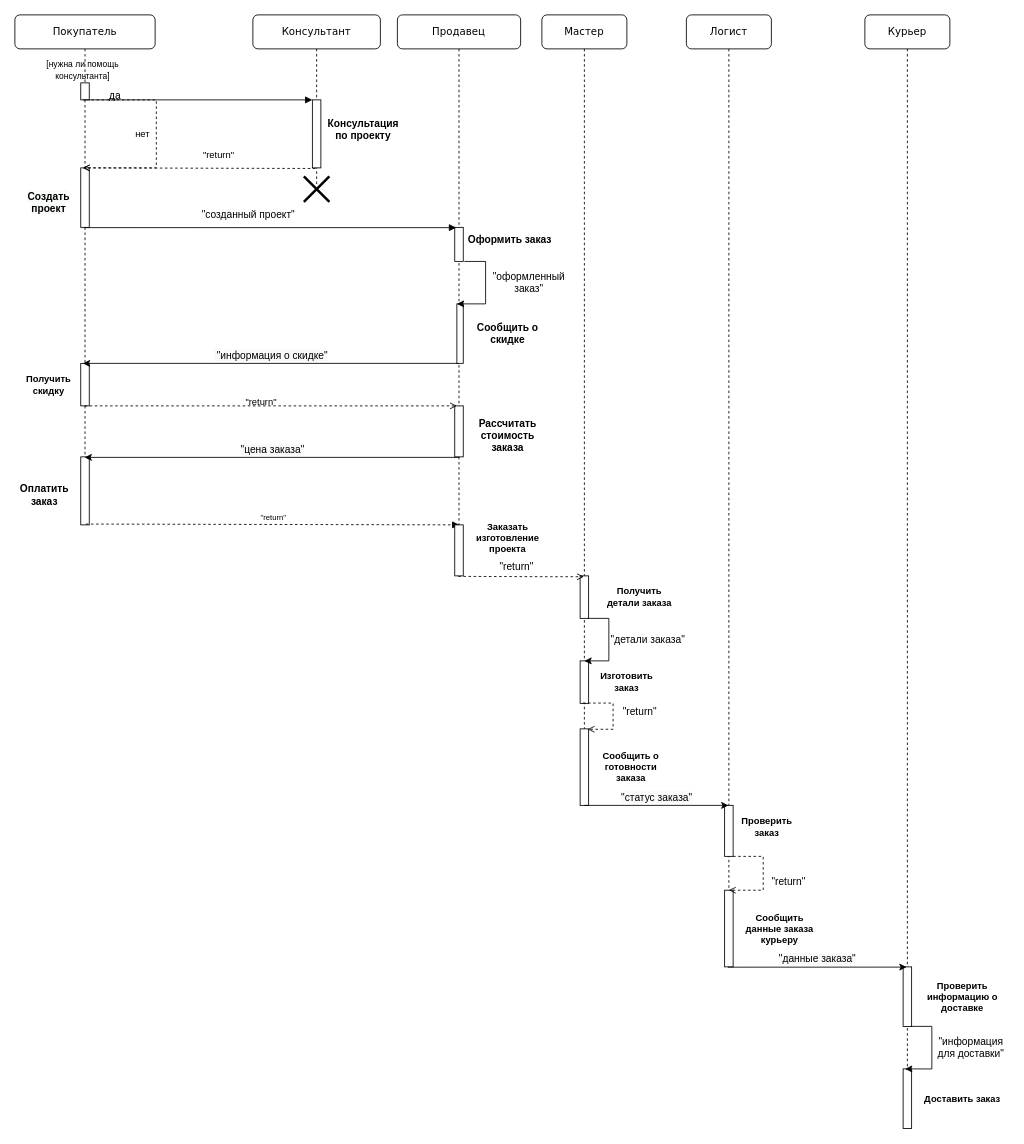
This is Диаграмма без названия.drawio from shatanov/IT-exams, a draw.io file, before an edit. Source tidied: cells renumbered, new cells numbered last; positions are measured from the earlier drawing's top-left corner, leaving out a move shared by most shapes. Both pictures are drawn from the tidied source at 85%, with x=0, y=0 at pixel (14, 14).
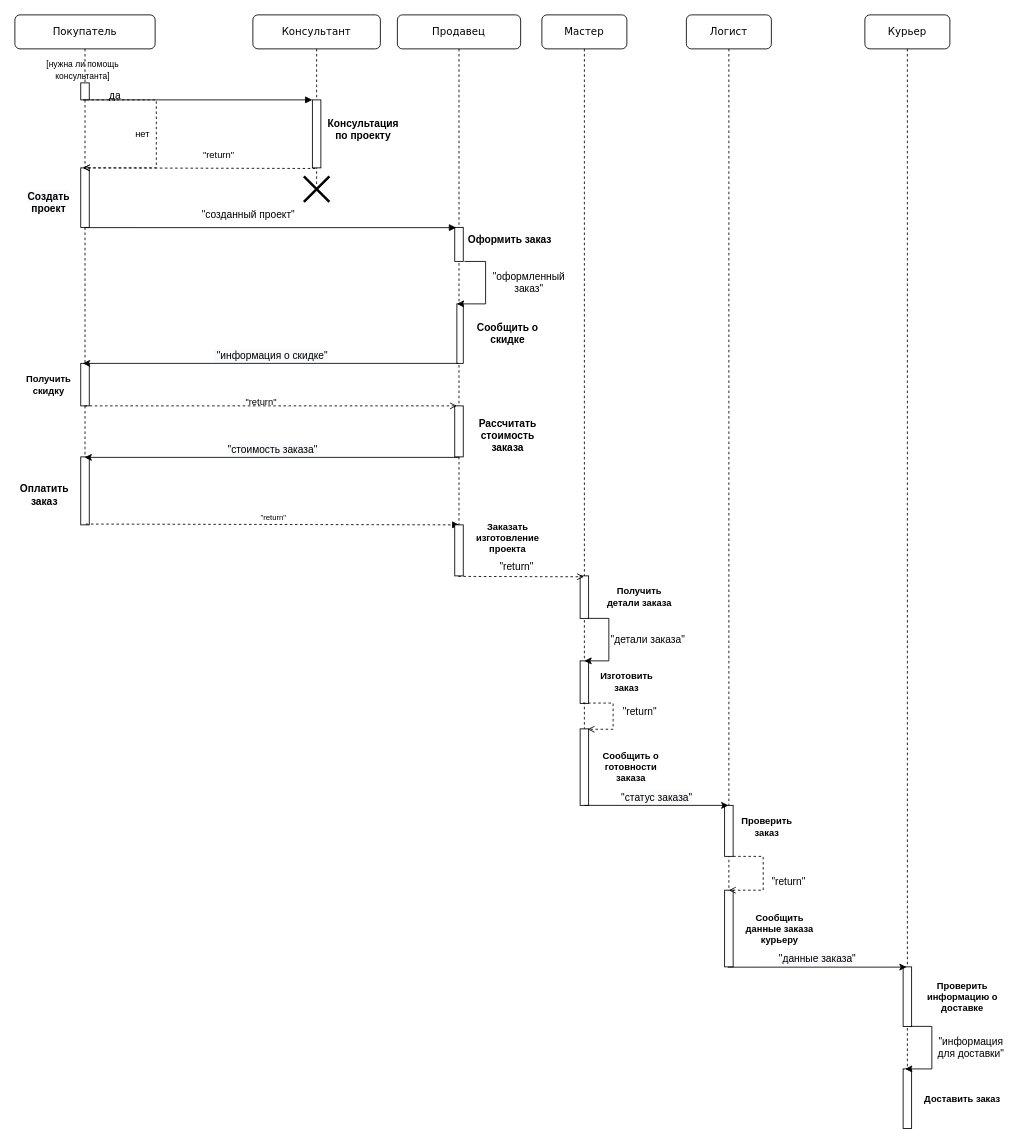
After the change.

Unchanged cells that the change refers to:
```xml
<mxCell id="6" style="html=1;points=[];perimeter=orthogonalPerimeter;rounded=0;shadow=0;comic=0;labelBackgroundColor=none;strokeWidth=1;fontFamily=Verdana;fontSize=12;align=center;" parent="4" vertex="1">
  <mxGeometry x="67.5" y="460" width="10" height="60" as="geometry" />
</mxCell>
<mxCell id="22" value="Покупатель" style="shape=umlLifeline;perimeter=lifelinePerimeter;whiteSpace=wrap;html=1;outlineConnect=0;rounded=1;shadow=0;comic=0;labelBackgroundColor=none;strokeWidth=1;fontFamily=Verdana;fontSize=12;align=center;" parent="1" vertex="1">
  <mxGeometry width="165" height="600" as="geometry" />
</mxCell>
```

What changed in the source:
```diff
@@
-    <mxCell id="38" value="&lt;span style=&quot;font-size: 12px ; background-color: rgb(248 , 249 , 250)&quot;&gt;&quot;цена заказа&quot;&lt;/span&gt;" style="html=1;verticalAlign=bottom;endArrow=classic;rounded=0;fontSize=11;endFill=1;exitX=0.541;exitY=1.01;exitDx=0;exitDy=0;exitPerimeter=0;" parent="1" edge="1" source="6" target="22">
+    <mxCell id="38" value="&lt;span style=&quot;font-size: 12px ; background-color: rgb(248 , 249 , 250)&quot;&gt;&quot;стоимость заказа&quot;&lt;/span&gt;" style="html=1;verticalAlign=bottom;endArrow=classic;rounded=0;fontSize=11;endFill=1;exitX=0.541;exitY=1.01;exitDx=0;exitDy=0;exitPerimeter=0;" parent="1" edge="1" source="6" target="22">
       <mxGeometry relative="1" as="geometry" />
     </mxCell>
```
